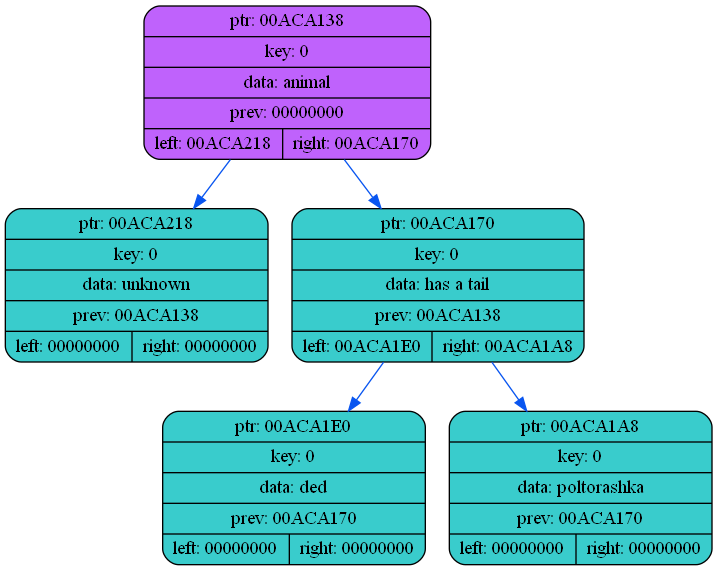
This is dump/dump3.png from coffee8cat/akinator, a Graphviz export, as it was before one commit. Its source is kept beside it as dump/dump3.dot.
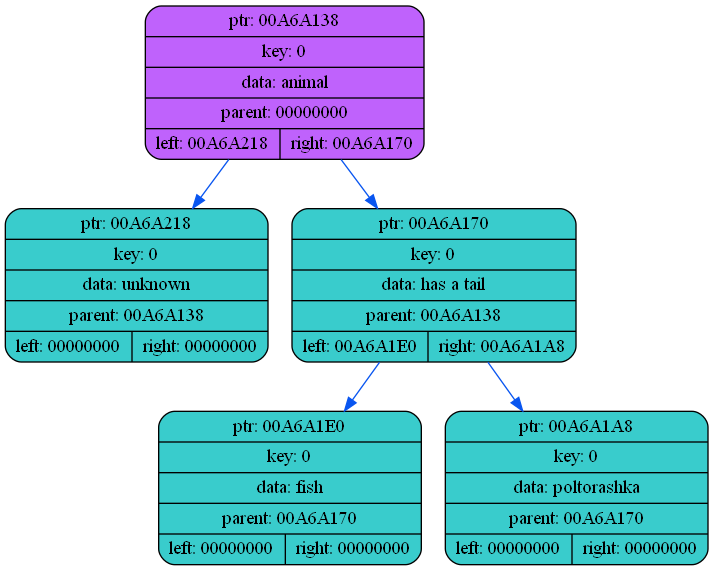
Above is the later version.

What changed in the source:
```diff
@@ -2,13 +2,13 @@
 {
     rankdir=TP
 
-        node00ACA138[shape=record,style="rounded,filled",fillcolor="#BF62FC",label="{ ptr: 00ACA138 | key: 0 | data: animal| prev: 00000000| { left: 00ACA218 | right: 00ACA170 }}"];
-    node00ACA138 -> node00ACA218[color="#0855F0"]
-    node00ACA218[shape=record,style="rounded,filled",fillcolor="#39CCCC",label="{ ptr: 00ACA218 | key: 0 | data: unknown| prev: 00ACA138 | { left: 00000000 | right: 00000000 }}"];
-    node00ACA138 -> node00ACA170[color="#0855F0"]
-    node00ACA170[shape=record,style="rounded,filled",fillcolor="#39CCCC",label="{ ptr: 00ACA170 | key: 0 | data: has a tail| prev: 00ACA138 | { left: 00ACA1E0 | right: 00ACA1A8 }}"];
-    node00ACA170 -> node00ACA1E0[color="#0855F0"]
-    node00ACA1E0[shape=record,style="rounded,filled",fillcolor="#39CCCC",label="{ ptr: 00ACA1E0 | key: 0 | data: ded| prev: 00ACA170 | { left: 00000000 | right: 00000000 }}"];
-    node00ACA170 -> node00ACA1A8[color="#0855F0"]
-    node00ACA1A8[shape=record,style="rounded,filled",fillcolor="#39CCCC",label="{ ptr: 00ACA1A8 | key: 0 | data: poltorashka| prev: 00ACA170 | { left: 00000000 | right: 00000000 }}"];
+        node00A6A138[shape=record,style="rounded,filled",fillcolor="#BF62FC",label="{ ptr: 00A6A138 | key: 0 | data: animal| parent: 00000000| { left: 00A6A218 | right: 00A6A170 }}"];
+    node00A6A138 -> node00A6A218[color="#0855F0"]
+    node00A6A218[shape=record,style="rounded,filled",fillcolor="#39CCCC",label="{ ptr: 00A6A218 | key: 0 | data: unknown| parent: 00A6A138 | { left: 00000000 | right: 00000000 }}"];
+    node00A6A138 -> node00A6A170[color="#0855F0"]
+    node00A6A170[shape=record,style="rounded,filled",fillcolor="#39CCCC",label="{ ptr: 00A6A170 | key: 0 | data: has a tail| parent: 00A6A138 | { left: 00A6A1E0 | right: 00A6A1A8 }}"];
+    node00A6A170 -> node00A6A1E0[color="#0855F0"]
+    node00A6A1E0[shape=record,style="rounded,filled",fillcolor="#39CCCC",label="{ ptr: 00A6A1E0 | key: 0 | data: fish| parent: 00A6A170 | { left: 00000000 | right: 00000000 }}"];
+    node00A6A170 -> node00A6A1A8[color="#0855F0"]
+    node00A6A1A8[shape=record,style="rounded,filled",fillcolor="#39CCCC",label="{ ptr: 00A6A1A8 | key: 0 | data: poltorashka| parent: 00A6A170 | { left: 00000000 | right: 00000000 }}"];
 }
```
